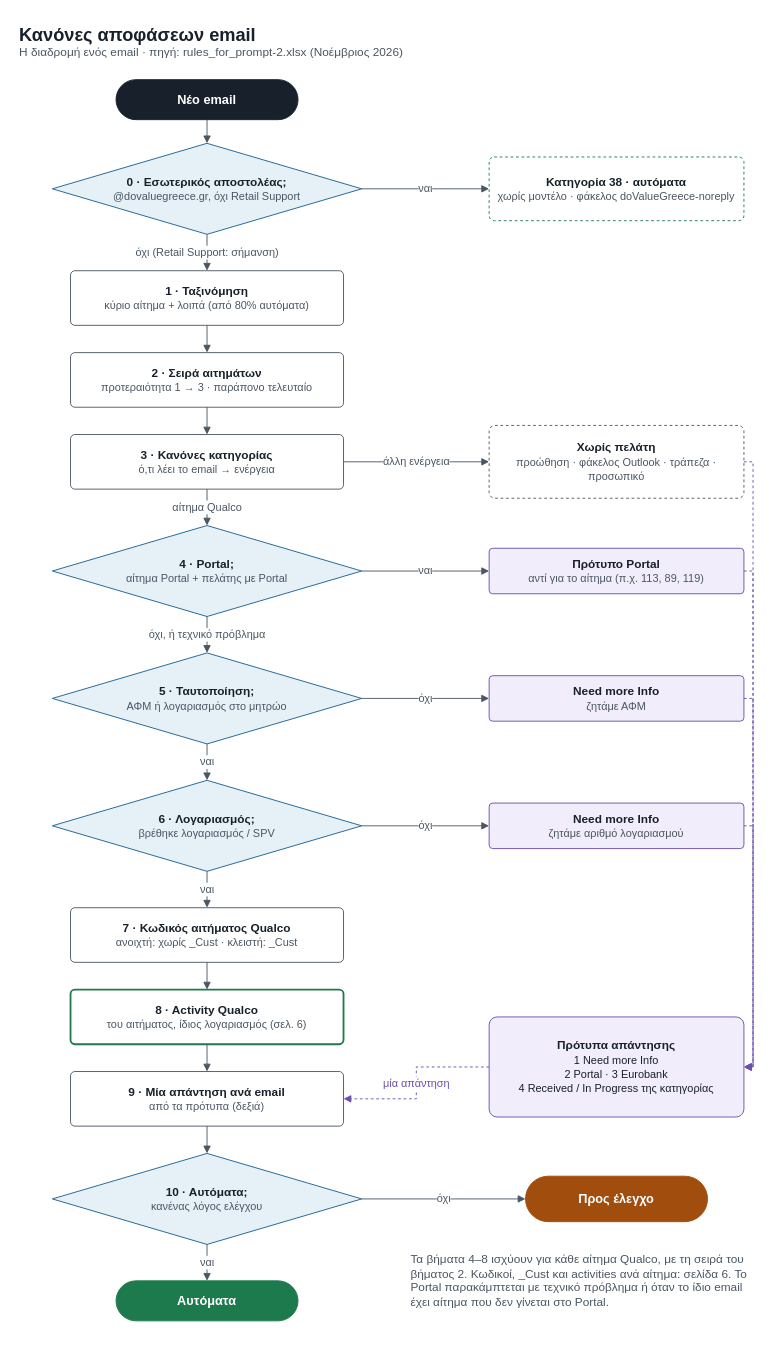
This is page "1 Διαδρομή email" (1 of 6) of docs/decision_rules.drawio from nicoleplak/email-classification, a draw.io file, before an edit. Source tidied: cells renumbered, new cells numbered last; positions are measured from the earlier drawing's top-left corner, leaving out a move shared by most shapes. Both pictures are drawn from the tidied source at 91%, with x=0, y=0 at pixel (15, 15).
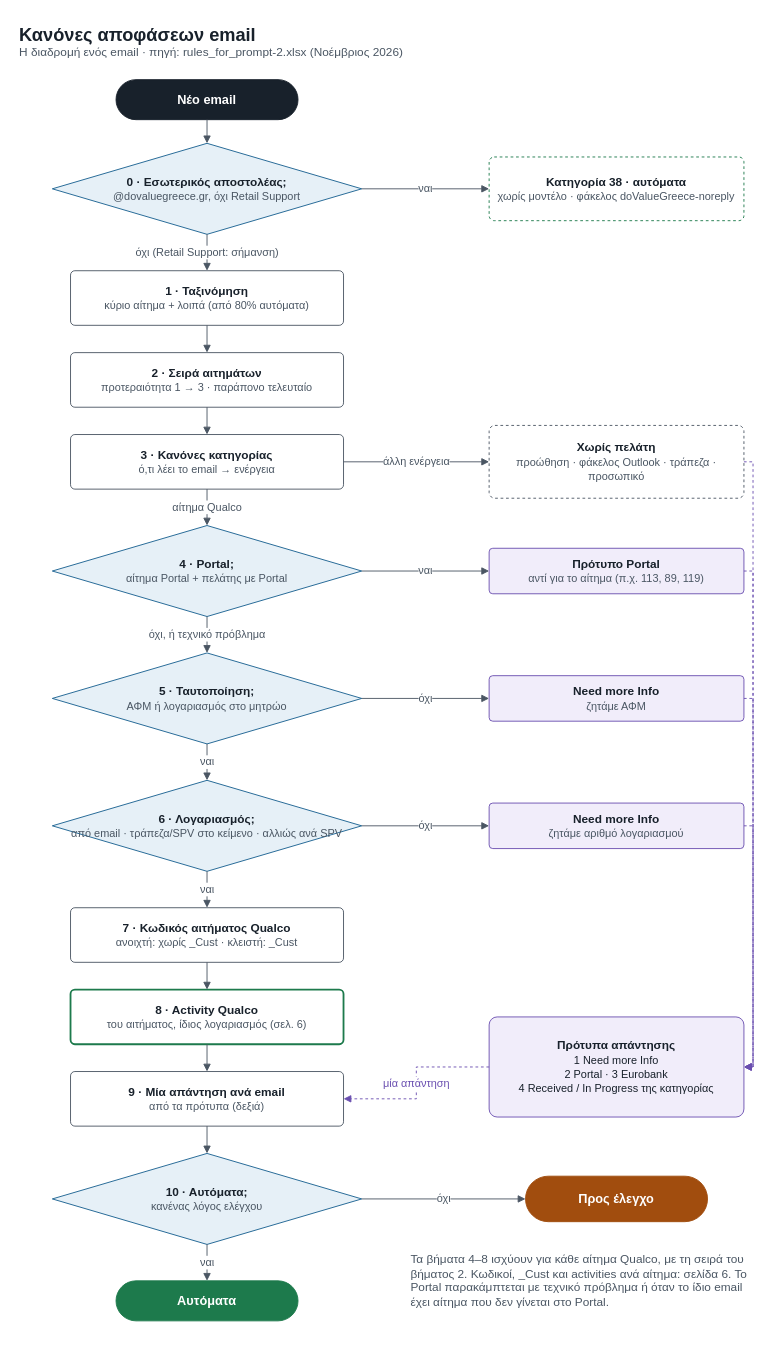
Above is the later version.

The edit, as a diff of the source:
```diff
@@
-    <mxCell id="10" value="&lt;b&gt;6 · Λογαριασμός;&lt;/b&gt;&lt;br&gt;&lt;font style=&quot;font-size:12px&quot; color=&quot;#4A5663&quot;&gt;βρέθηκε λογαριασμός / SPV&lt;/font&gt;" style="rhombus;whiteSpace=wrap;html=1;fillColor=#E6F0F7;strokeColor=#155E8F;fontFamily=Helvetica;fontColor=#18212B;fontSize=13;" parent="1" vertex="1">
+    <mxCell id="10" value="&lt;b&gt;6 · Λογαριασμός;&lt;/b&gt;&lt;br&gt;&lt;font style=&quot;font-size:12px&quot; color=&quot;#4A5663&quot;&gt;από email · τράπεζα/SPV στο κείμενο · αλλιώς ανά SPV&lt;/font&gt;" style="rhombus;whiteSpace=wrap;html=1;fillColor=#E6F0F7;strokeColor=#155E8F;fontFamily=Helvetica;fontColor=#18212B;fontSize=13;" parent="1" vertex="1">
       <mxGeometry x="40" y="840" width="340" height="100" as="geometry" />
     </mxCell>
```
